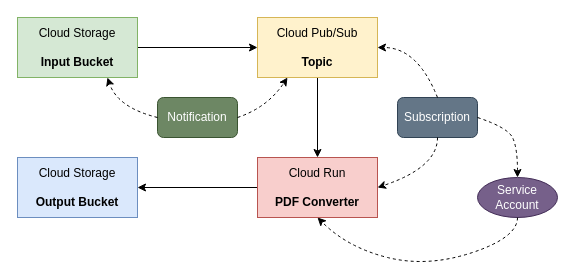
The draw.io diagram page "event-trigger" (1 of 3) of img/diagram.drawio in pheely/cloud-run-poc, before the edit. Source tidied: cells renumbered, new cells numbered last; positions are measured from the earlier drawing's top-left corner, leaving out a move shared by most shapes. Both pictures are drawn from the tidied source at 100%, with x=0, y=0 at pixel (17, 17).
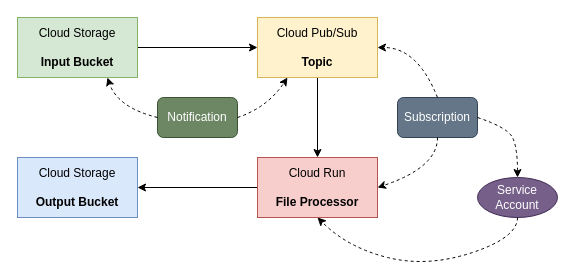
Above is the later version.

The edit, as a diff of the source:
```diff
@@
-    <mxCell id="7" value="Cloud Run&lt;br&gt;&lt;br&gt;&lt;b&gt;PDF Converter&lt;/b&gt;" style="rounded=0;whiteSpace=wrap;html=1;fillColor=#f8cecc;strokeColor=#b85450;" parent="1" vertex="1">
+    <mxCell id="7" value="Cloud Run&lt;br&gt;&lt;br&gt;&lt;b&gt;File Processor&lt;/b&gt;" style="rounded=0;whiteSpace=wrap;html=1;fillColor=#f8cecc;strokeColor=#b85450;" parent="1" vertex="1">
       <mxGeometry x="240" y="140" width="120" height="60" as="geometry" />
     </mxCell>
```
